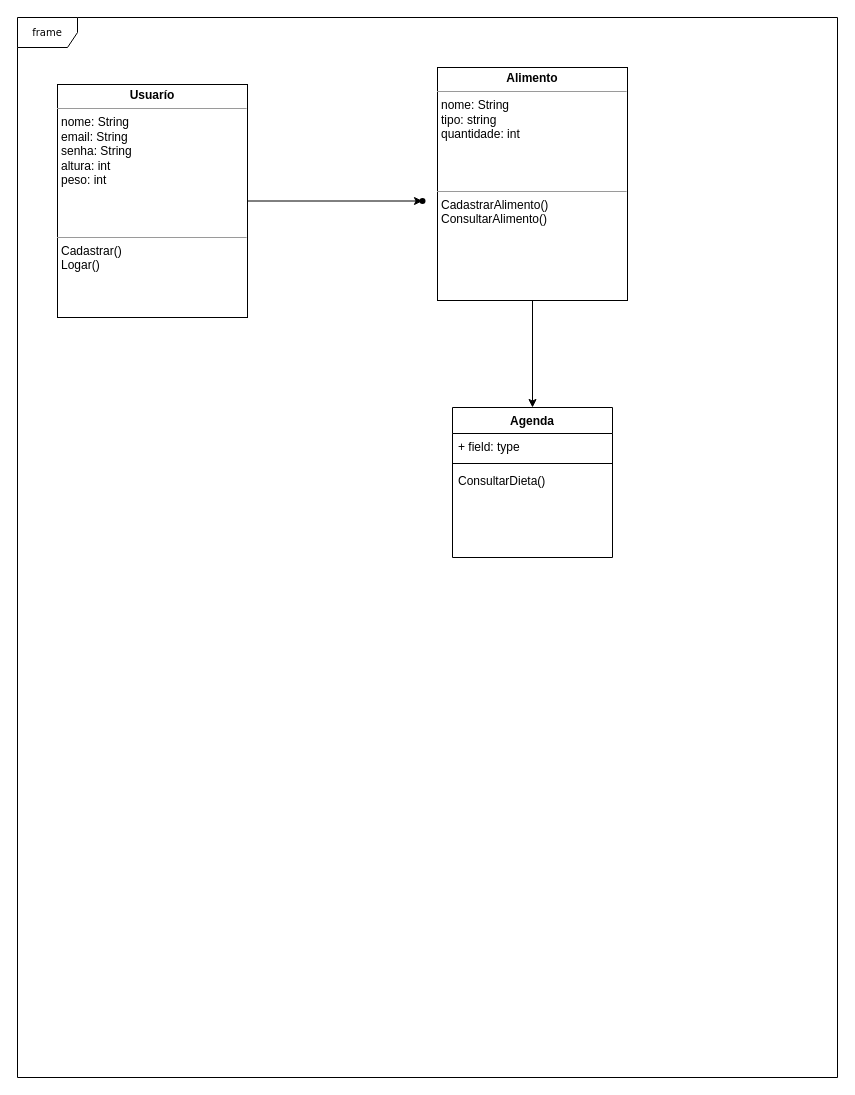
Above: Documentacao/Diagrama de Classe/Diagrama de Classes.drawio in FelipeRoriz0/MakeYourdiet (draw.io), before the change. Source tidied: cells renumbered, new cells numbered last; positions are measured from the earlier drawing's top-left corner, leaving out a move shared by most shapes. Both pictures are drawn from the tidied source at 100%, with x=0, y=0 at pixel (17, 17).
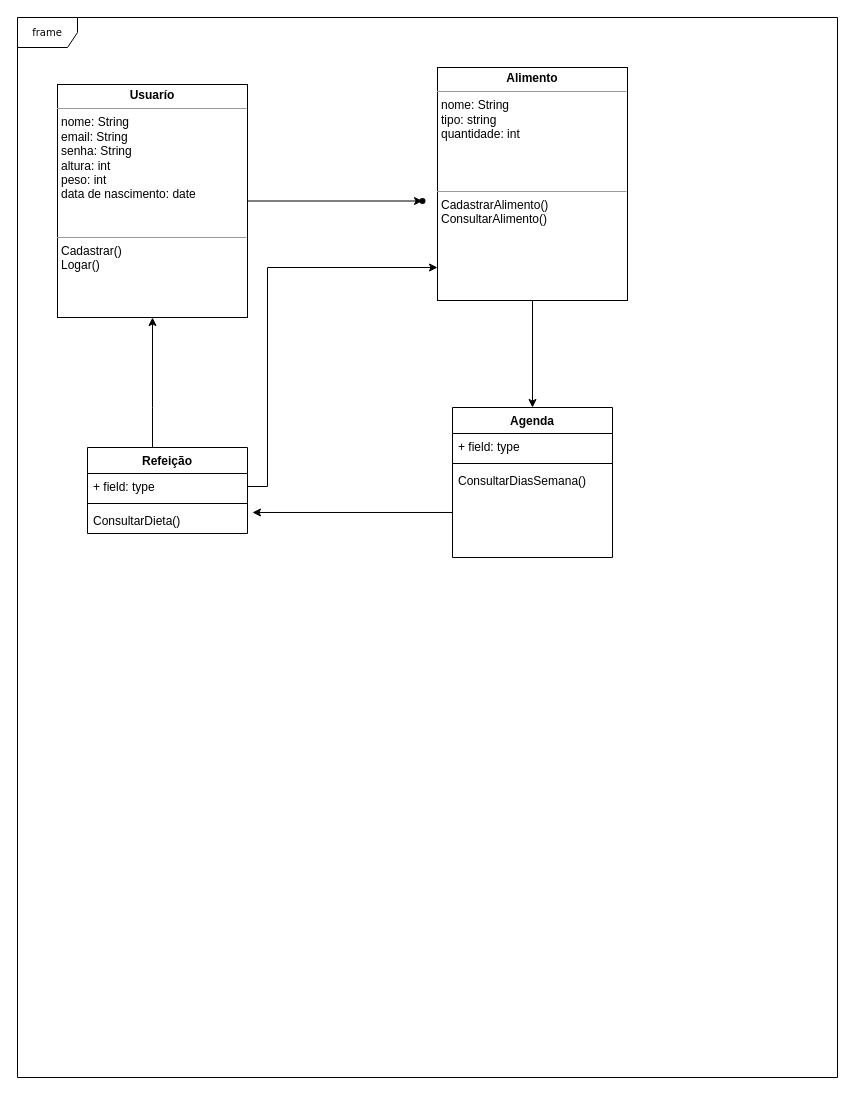
The same page after the edit.

Commit message (it also covers changes not shown here):
Atualização Diagrama de Classe

Unchanged cells that the change refers to:
```xml
<mxCell id="6" value="&lt;p style=&quot;margin:0px;margin-top:4px;text-align:center;&quot;&gt;&lt;b&gt;Alimento&lt;/b&gt;&lt;/p&gt;&lt;hr size=&quot;1&quot;&gt;&lt;p style=&quot;margin:0px;margin-left:4px;&quot;&gt;nome: String&lt;/p&gt;&lt;p style=&quot;margin:0px;margin-left:4px;&quot;&gt;&lt;span style=&quot;background-color: initial;&quot;&gt;tipo: string&lt;/span&gt;&lt;br&gt;&lt;/p&gt;&lt;p style=&quot;margin:0px;margin-left:4px;&quot;&gt;quantidade: int&lt;/p&gt;&lt;p style=&quot;margin:0px;margin-left:4px;&quot;&gt;&lt;br&gt;&lt;/p&gt;&lt;p style=&quot;margin:0px;margin-left:4px;&quot;&gt;&lt;br&gt;&lt;/p&gt;&lt;p style=&quot;margin:0px;margin-left:4px;&quot;&gt;&lt;br&gt;&lt;/p&gt;&lt;hr size=&quot;1&quot;&gt;&lt;p style=&quot;margin:0px;margin-left:4px;&quot;&gt;CadastrarAlimento()&lt;/p&gt;&lt;p style=&quot;margin:0px;margin-left:4px;&quot;&gt;ConsultarAlimento()&lt;/p&gt;&lt;p style=&quot;margin:0px;margin-left:4px;&quot;&gt;&lt;br&gt;&lt;/p&gt;&lt;p style=&quot;margin:0px;margin-left:4px;&quot;&gt;&lt;br&gt;&lt;/p&gt;" style="verticalAlign=top;align=left;overflow=fill;fontSize=12;fontFamily=Helvetica;html=1;rounded=0;shadow=0;comic=0;labelBackgroundColor=none;strokeWidth=1;" parent="1" vertex="1">
  <mxGeometry x="420" y="50" width="190" height="233" as="geometry" />
</mxCell>
<mxCell id="8" value="Agenda" style="swimlane;fontStyle=1;align=center;verticalAlign=top;horizontal=1;startSize=26;" parent="1" vertex="1">
  <mxGeometry x="435" y="390" width="160" height="150" as="geometry" />
</mxCell>
```

The edit, as a diff of the source:
```diff
@@
-    <mxCell id="4" value="&lt;p style=&quot;margin:0px;margin-top:4px;text-align:center;&quot;&gt;&lt;b&gt;Usuarío&lt;/b&gt;&lt;/p&gt;&lt;hr size=&quot;1&quot;&gt;&lt;p style=&quot;margin:0px;margin-left:4px;&quot;&gt;nome: String&lt;/p&gt;&lt;p style=&quot;margin:0px;margin-left:4px;&quot;&gt;email: String&lt;/p&gt;&lt;p style=&quot;margin:0px;margin-left:4px;&quot;&gt;senha: String&lt;/p&gt;&lt;p style=&quot;margin:0px;margin-left:4px;&quot;&gt;altura: int&lt;/p&gt;&lt;p style=&quot;margin:0px;margin-left:4px;&quot;&gt;peso: int&lt;/p&gt;&lt;p style=&quot;margin:0px;margin-left:4px;&quot;&gt;&lt;br&gt;&lt;/p&gt;&lt;p style=&quot;margin:0px;margin-left:4px;&quot;&gt;&lt;br&gt;&lt;/p&gt;&lt;p style=&quot;margin:0px;margin-left:4px;&quot;&gt;&lt;br&gt;&lt;/p&gt;&lt;hr size=&quot;1&quot;&gt;&lt;p style=&quot;margin:0px;margin-left:4px;&quot;&gt;Cadastrar()&lt;/p&gt;&lt;p style=&quot;margin:0px;margin-left:4px;&quot;&gt;Logar()&lt;/p&gt;&lt;p style=&quot;margin:0px;margin-left:4px;&quot;&gt;&lt;br&gt;&lt;/p&gt;&lt;p style=&quot;margin:0px;margin-left:4px;&quot;&gt;&lt;br&gt;&lt;/p&gt;" style="verticalAlign=top;align=left;overflow=fill;fontSize=12;fontFamily=Helvetica;html=1;rounded=0;shadow=0;comic=0;labelBackgroundColor=none;strokeWidth=1;" parent="1" vertex="1">
+    <mxCell id="4" value="&lt;p style=&quot;margin:0px;margin-top:4px;text-align:center;&quot;&gt;&lt;b&gt;Usuarío&lt;/b&gt;&lt;/p&gt;&lt;hr size=&quot;1&quot;&gt;&lt;p style=&quot;margin:0px;margin-left:4px;&quot;&gt;nome: String&lt;/p&gt;&lt;p style=&quot;margin:0px;margin-left:4px;&quot;&gt;email: String&lt;/p&gt;&lt;p style=&quot;margin:0px;margin-left:4px;&quot;&gt;senha: String&lt;/p&gt;&lt;p style=&quot;margin:0px;margin-left:4px;&quot;&gt;altura: int&lt;/p&gt;&lt;p style=&quot;margin:0px;margin-left:4px;&quot;&gt;peso: int&lt;/p&gt;&lt;p style=&quot;margin:0px;margin-left:4px;&quot;&gt;data de nascimento: date&lt;/p&gt;&lt;p style=&quot;margin:0px;margin-left:4px;&quot;&gt;&lt;br&gt;&lt;/p&gt;&lt;p style=&quot;margin:0px;margin-left:4px;&quot;&gt;&lt;br&gt;&lt;/p&gt;&lt;hr size=&quot;1&quot;&gt;&lt;p style=&quot;margin:0px;margin-left:4px;&quot;&gt;Cadastrar()&lt;/p&gt;&lt;p style=&quot;margin:0px;margin-left:4px;&quot;&gt;Logar()&lt;/p&gt;&lt;p style=&quot;margin:0px;margin-left:4px;&quot;&gt;&lt;br&gt;&lt;/p&gt;&lt;p style=&quot;margin:0px;margin-left:4px;&quot;&gt;&lt;br&gt;&lt;/p&gt;" style="verticalAlign=top;align=left;overflow=fill;fontSize=12;fontFamily=Helvetica;html=1;rounded=0;shadow=0;comic=0;labelBackgroundColor=none;strokeWidth=1;" parent="1" vertex="1">
       <mxGeometry x="40" y="67" width="190" height="233" as="geometry" />
     </mxCell>
@@
-    <mxCell id="11" value="ConsultarDieta()" style="text;strokeColor=none;fillColor=none;align=left;verticalAlign=top;spacingLeft=4;spacingRight=4;overflow=hidden;points=[[0,0.5],[1,0.5]];portConstraint=eastwest;" parent="8" vertex="1">
+    <mxCell id="11" value="ConsultarDiasSemana()" style="text;strokeColor=none;fillColor=none;align=left;verticalAlign=top;spacingLeft=4;spacingRight=4;overflow=hidden;points=[[0,0.5],[1,0.5]];portConstraint=eastwest;" parent="8" vertex="1">
       <mxGeometry y="60" width="160" height="90" as="geometry" />
     </mxCell>
+    <mxCell id="12" style="edgeStyle=orthogonalEdgeStyle;rounded=0;jettySize=auto;html=1;" parent="1" edge="1" source="13" target="4">
+      <mxGeometry relative="1" as="geometry">
+        <Array as="points">
+          <mxPoint x="135" y="390" />
+          <mxPoint x="135" y="390" />
+        </Array>
+      </mxGeometry>
+    </mxCell>
+    <mxCell id="13" value="Refeição" style="swimlane;fontStyle=1;align=center;verticalAlign=top;horizontal=1;startSize=26;" parent="1" vertex="1">
+      <mxGeometry x="70" y="430" width="160" height="86" as="geometry" />
+    </mxCell>
+    <mxCell id="14" value="+ field: type" style="text;strokeColor=none;fillColor=none;align=left;verticalAlign=top;spacingLeft=4;spacingRight=4;overflow=hidden;points=[[0,0.5],[1,0.5]];portConstraint=eastwest;" parent="13" vertex="1">
+      <mxGeometry y="26" width="160" height="26" as="geometry" />
+    </mxCell>
+    <mxCell id="15" style="line;strokeWidth=1;fillColor=none;align=left;verticalAlign=middle;spacingTop=-1;spacingLeft=3;spacingRight=3;labelPosition=right;strokeColor=inherit;" parent="13" vertex="1">
+      <mxGeometry y="52" width="160" height="8" as="geometry" />
+    </mxCell>
+    <mxCell id="16" value="ConsultarDieta()" style="text;strokeColor=none;fillColor=none;align=left;verticalAlign=top;spacingLeft=4;spacingRight=4;overflow=hidden;points=[[0,0.5],[1,0.5]];portConstraint=eastwest;" parent="13" vertex="1">
+      <mxGeometry y="60" width="160" height="26" as="geometry" />
+    </mxCell>
+    <mxCell id="17" style="edgeStyle=orthogonalEdgeStyle;rounded=0;jettySize=auto;html=1;" parent="1" edge="1" source="14" target="6">
+      <mxGeometry relative="1" as="geometry">
+        <Array as="points">
+          <mxPoint x="250" y="469" />
+          <mxPoint x="250" y="250" />
+        </Array>
+      </mxGeometry>
+    </mxCell>
+    <mxCell id="18" style="edgeStyle=orthogonalEdgeStyle;rounded=0;jettySize=auto;html=1;entryX=1.031;entryY=0.192;entryDx=0;entryDy=0;entryPerimeter=0;" parent="1" edge="1" source="11" target="16">
+      <mxGeometry relative="1" as="geometry" />
+    </mxCell>
```
